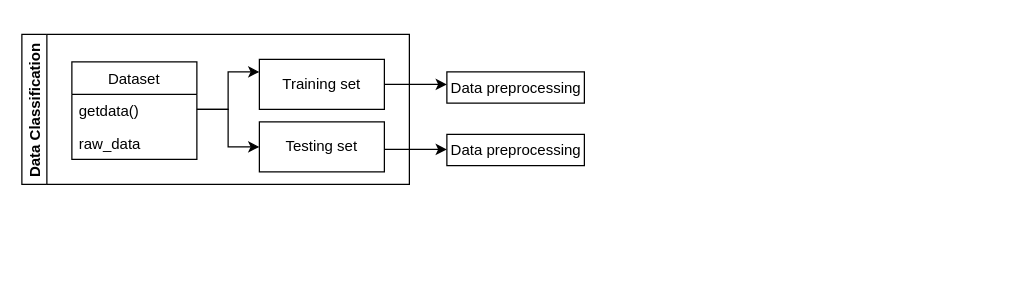
chrispaul07/FinalProject keeps this draw.io diagram as Untitled Diagram.drawio. Above is the earlier version. Source tidied: cells renumbered, new cells numbered last; positions are measured from the earlier drawing's top-left corner, leaving out a move shared by most shapes. Both pictures are drawn from the tidied source at 125%, with x=0, y=0 at pixel (21, 34).
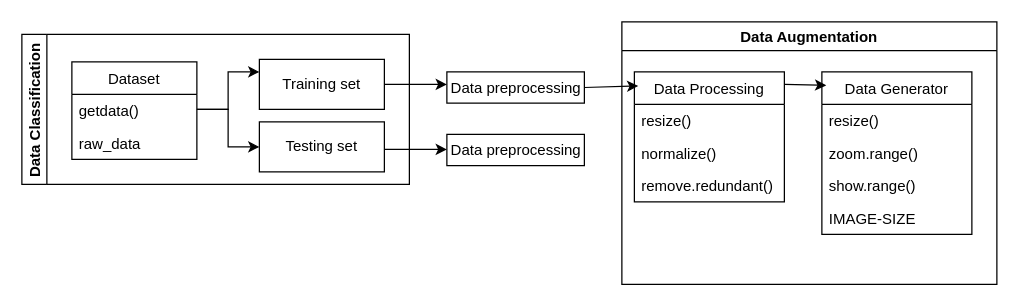
The same page after the edit.

The change refers to these unchanged cells:
```xml
<mxCell id="10" value="Data preprocessing" style="html=1;" parent="1" vertex="1">
  <mxGeometry x="340" y="30" width="110" height="25" as="geometry" />
</mxCell>
```

What changed in the source:
```diff
@@
+    <mxCell id="14" value="Data Augmentation" style="swimlane;" parent="1" vertex="1">
+      <mxGeometry x="480" y="-10" width="300" height="210" as="geometry" />
+    </mxCell>
+    <mxCell id="15" value="Data Generator" style="swimlane;fontStyle=0;horizontal=1;startSize=26;fillColor=none;" parent="14" vertex="1">
+      <mxGeometry x="160" y="40" width="120" height="130" as="geometry" />
+    </mxCell>
+    <mxCell id="16" value="resize()" style="text;strokeColor=none;fillColor=none;align=left;verticalAlign=top;spacingLeft=4;spacingRight=4;overflow=hidden;" parent="15" vertex="1">
+      <mxGeometry y="26" width="120" height="26" as="geometry" />
+    </mxCell>
+    <mxCell id="17" value="zoom.range()" style="text;strokeColor=none;fillColor=none;align=left;verticalAlign=top;spacingLeft=4;spacingRight=4;overflow=hidden;" parent="15" vertex="1">
+      <mxGeometry y="52" width="120" height="26" as="geometry" />
+    </mxCell>
+    <mxCell id="18" value="show.range()&#10;" style="text;strokeColor=none;fillColor=none;align=left;verticalAlign=top;spacingLeft=4;spacingRight=4;overflow=hidden;" parent="15" vertex="1">
+      <mxGeometry y="78" width="120" height="26" as="geometry" />
+    </mxCell>
+    <mxCell id="19" value="IMAGE-SIZE" style="text;strokeColor=none;fillColor=none;align=left;verticalAlign=top;spacingLeft=4;spacingRight=4;overflow=hidden;" parent="15" vertex="1">
+      <mxGeometry y="104" width="120" height="26" as="geometry" />
+    </mxCell>
+    <mxCell id="20" value="Data Processing" style="swimlane;fontStyle=0;horizontal=1;startSize=26;fillColor=none;" parent="14" vertex="1">
+      <mxGeometry x="10" y="40" width="120" height="104" as="geometry" />
+    </mxCell>
+    <mxCell id="21" value="resize()" style="text;strokeColor=none;fillColor=none;align=left;verticalAlign=top;spacingLeft=4;spacingRight=4;overflow=hidden;" parent="20" vertex="1">
+      <mxGeometry y="26" width="120" height="26" as="geometry" />
+    </mxCell>
+    <mxCell id="22" value="normalize()" style="text;strokeColor=none;fillColor=none;align=left;verticalAlign=top;spacingLeft=4;spacingRight=4;overflow=hidden;" parent="20" vertex="1">
+      <mxGeometry y="52" width="120" height="26" as="geometry" />
+    </mxCell>
+    <mxCell id="23" value="remove.redundant()" style="text;strokeColor=none;fillColor=none;align=left;verticalAlign=top;spacingLeft=4;spacingRight=4;overflow=hidden;" parent="20" vertex="1">
+      <mxGeometry y="78" width="120" height="26" as="geometry" />
+    </mxCell>
+    <mxCell id="24" style="endArrow=classic;html=1;rounded=0;entryX=0.029;entryY=0.083;entryDx=0;entryDy=0;entryPerimeter=0;" parent="14" edge="1" target="15">
+      <mxGeometry relative="1" as="geometry">
+        <mxPoint x="130" y="50" as="sourcePoint" />
+      </mxGeometry>
+    </mxCell>
+    <mxCell id="25" style="endArrow=classic;html=1;rounded=0;exitX=1;exitY=0.5;exitDx=0;exitDy=0;entryX=0.026;entryY=0.108;entryDx=0;entryDy=0;entryPerimeter=0;" parent="1" edge="1" source="10" target="20">
+      <mxGeometry relative="1" as="geometry" />
+    </mxCell>
```
